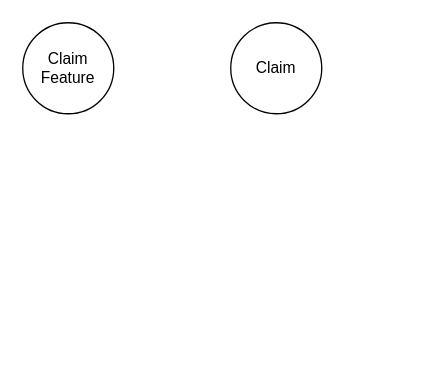
Before: 太平/taiping-feature-hierarchy.drawio in XiaoLiuAI/diagrams, a draw.io diagram. Source tidied: cells renumbered, new cells numbered last; positions are measured from the earlier drawing's top-left corner, leaving out a move shared by most shapes. Both pictures are drawn from the tidied source at 130%, with x=0, y=0 at pixel (22, 22).
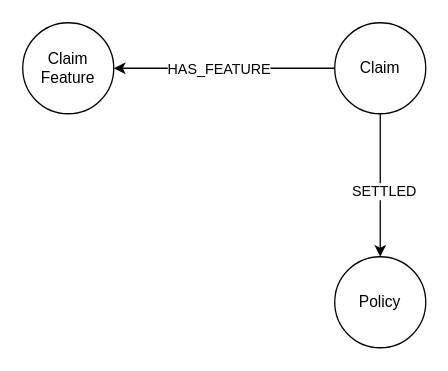
Above is the later version.

Change to the diagram source:
```diff
@@
 <mxGraphModel>
   <root>
     <mxCell id="0" />
     <mxCell id="1" parent="0" />
+    <mxCell id="4" style="edgeStyle=orthogonalEdgeStyle;rounded=0;jettySize=auto;html=1;" parent="1" edge="1" source="2" target="3">
+      <mxGeometry relative="1" as="geometry" />
+    </mxCell>
+    <mxCell id="5" value="HAS_FEATURE" style="edgeLabel;html=1;align=center;verticalAlign=middle;" parent="4" vertex="1">
+      <mxGeometry x="0.15" y="2" relative="1" as="geometry">
+        <mxPoint x="8" y="-2" as="offset" />
+      </mxGeometry>
+    </mxCell>
+    <mxCell id="6" style="edgeStyle=orthogonalEdgeStyle;rounded=0;jettySize=auto;html=1;entryX=0.5;entryY=0;entryDx=0;entryDy=0;" parent="1" edge="1" source="2" target="8">
+      <mxGeometry relative="1" as="geometry" />
+    </mxCell>
+    <mxCell id="7" value="SETTLED" style="edgeLabel;html=1;align=center;verticalAlign=middle;" parent="6" vertex="1">
+      <mxGeometry x="0.07" y="2" relative="1" as="geometry" />
+    </mxCell>
     <mxCell id="2" value="Claim" style="ellipse;whiteSpace=wrap;html=1;" parent="1" vertex="1">
-      <mxGeometry x="160" width="70" height="70" as="geometry" />
+      <mxGeometry x="240" width="70" height="70" as="geometry" />
     </mxCell>
     <mxCell id="3" value="Claim&lt;br&gt;Feature" style="ellipse;whiteSpace=wrap;html=1;" parent="1" vertex="1">
       <mxGeometry width="70" height="70" as="geometry" />
     </mxCell>
+    <mxCell id="8" value="Policy" style="ellipse;whiteSpace=wrap;html=1;" parent="1" vertex="1">
+      <mxGeometry x="240" y="180" width="70" height="70" as="geometry" />
+    </mxCell>
   </root>
 </mxGraphModel>
```
